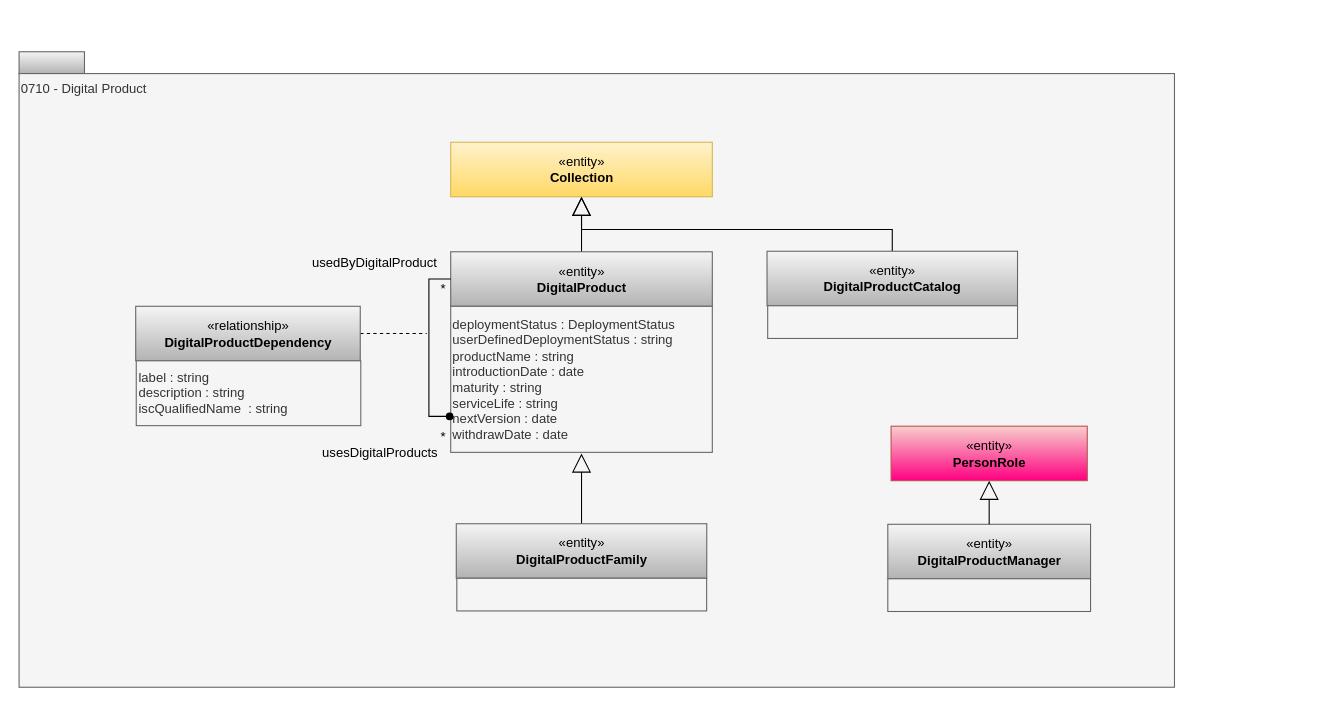
Earlier version of the draw.io diagram page "0705-Data-Sharing" (2 of 19) of site/docs/types/7/area-7-lineage.drawio (odpi/egeria-docs). Source tidied: cells renumbered, new cells numbered last; positions are measured from the earlier drawing's top-left corner, leaving out a move shared by most shapes. Both pictures are drawn from the tidied source at 109%, with x=0, y=0 at pixel (19, 51).
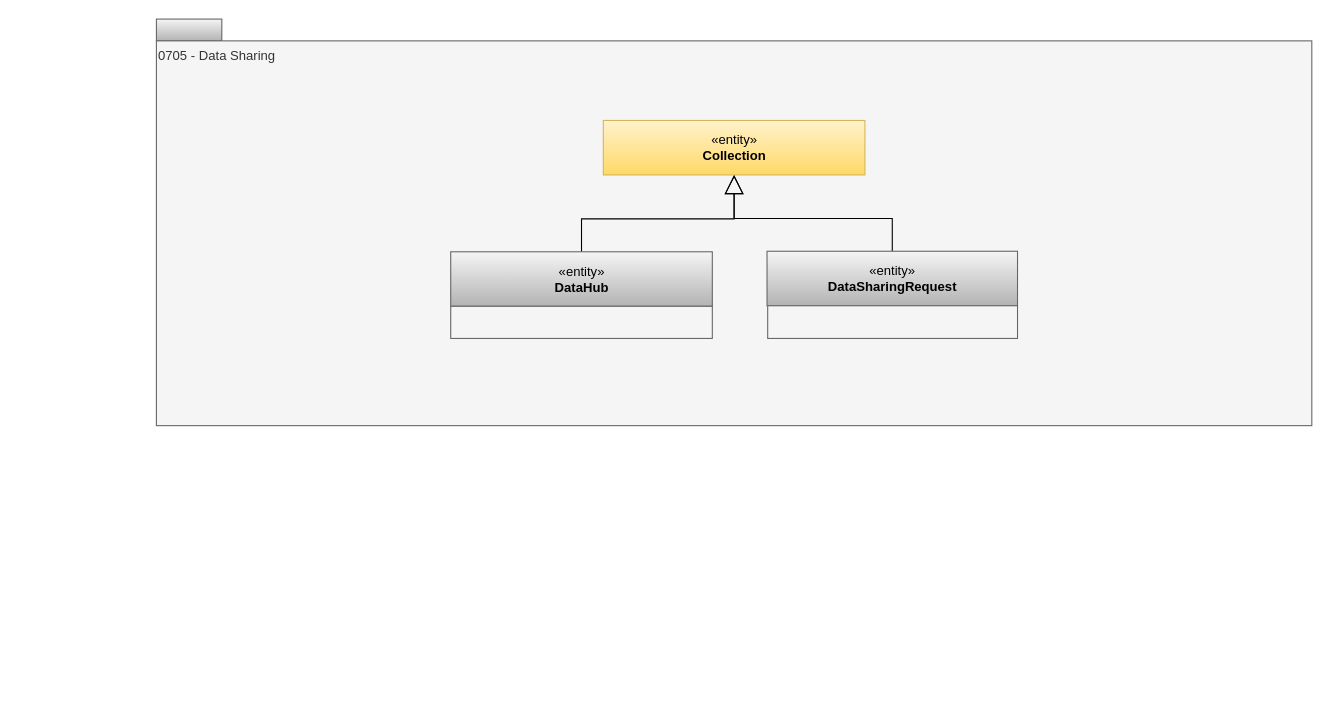
The same diagram, later.

The edit, as a diff of the source:
```diff
@@
     <mxCell id="2" style="rounded=0;whiteSpace=wrap;html=1;align=left;fillColor=#f5f5f5;strokeColor=#666666;gradientColor=#b3b3b3;" parent="1" vertex="1">
-      <mxGeometry width="60" height="20" as="geometry" />
+      <mxGeometry x="126" y="-30" width="60" height="20" as="geometry" />
     </mxCell>
-    <mxCell id="3" value="0710 - Digital Product" style="rounded=0;whiteSpace=wrap;html=1;align=left;verticalAlign=top;fillColor=#f5f5f5;fontColor=#333333;strokeColor=#666666;" parent="1" vertex="1">
-      <mxGeometry y="20" width="1060" height="563" as="geometry" />
+    <mxCell id="3" value="0705 - Data Sharing" style="rounded=0;whiteSpace=wrap;html=1;align=left;verticalAlign=top;fillColor=#f5f5f5;fontColor=#333333;strokeColor=#666666;" parent="1" vertex="1">
+      <mxGeometry x="126" y="-10" width="1060" height="353" as="geometry" />
     </mxCell>
@@
-    <mxCell id="5" value="«entity»&lt;br&gt;&lt;b&gt;DigitalProduct&lt;br&gt;&lt;/b&gt;" style="html=1;strokeColor=#666666;align=center;fillColor=#f5f5f5;gradientColor=#b3b3b3;" parent="1" vertex="1">
+    <mxCell id="5" value="«entity»&lt;br&gt;&lt;b&gt;DataHub&lt;br&gt;&lt;/b&gt;" style="html=1;strokeColor=#666666;align=center;fillColor=#f5f5f5;gradientColor=#b3b3b3;" parent="1" vertex="1">
       <mxGeometry x="396" y="183.5" width="240" height="50" as="geometry" />
     </mxCell>
-    <mxCell id="6" value="deploymentStatus : DeploymentStatus&lt;div&gt;userDefinedDeploymentStatus : string&lt;div&gt;productName : string&lt;/div&gt;&lt;div&gt;introductionDate : date&lt;br&gt;maturity : string&lt;br&gt;serviceLife : string&lt;br&gt;nextVersion : date&lt;br&gt;withdrawDate : date&lt;br&gt;&lt;/div&gt;&lt;div style=&quot;text-align: left&quot;&gt;&lt;/div&gt;&lt;/div&gt;" style="rounded=0;whiteSpace=wrap;html=1;strokeColor=#666666;align=left;perimeterSpacing=1;fillColor=#f5f5f5;fontColor=#333333;" parent="1" vertex="1">
-      <mxGeometry x="396" y="233.5" width="240" height="134" as="geometry" />
+    <mxCell id="6" value="&lt;div&gt;&lt;div&gt;&lt;br&gt;&lt;/div&gt;&lt;div style=&quot;text-align: left&quot;&gt;&lt;/div&gt;&lt;/div&gt;" style="rounded=0;whiteSpace=wrap;html=1;strokeColor=#666666;align=left;perimeterSpacing=1;fillColor=#f5f5f5;fontColor=#333333;" parent="1" vertex="1">
+      <mxGeometry x="396" y="233.5" width="240" height="29.5" as="geometry" />
     </mxCell>
     <mxCell id="7" value="«entity»&lt;br&gt;&lt;b&gt;Collection&lt;/b&gt;" style="html=1;strokeColor=#d6b656;align=center;fillColor=#fff2cc;gradientColor=#ffd966;" parent="1" vertex="1">
-      <mxGeometry x="396" y="83" width="240" height="50" as="geometry" />
+      <mxGeometry x="536" y="63" width="240" height="50" as="geometry" />
     </mxCell>
-    <mxCell id="8" style="edgeStyle=orthogonalEdgeStyle;rounded=0;html=1;exitX=1;exitY=0.5;dashed=1;endArrow=none;endFill=0;jettySize=auto;" parent="1" edge="1" source="9">
-      <mxGeometry relative="1" as="geometry">
-        <mxPoint x="374" y="258.5" as="targetPoint" />
-      </mxGeometry>
-    </mxCell>
-    <mxCell id="9" value="«relationship»&lt;br&gt;&lt;b&gt;DigitalProductDependency&lt;/b&gt;" style="html=1;strokeColor=#666666;align=center;fillColor=#f5f5f5;gradientColor=#b3b3b3;" parent="1" vertex="1">
-      <mxGeometry x="107" y="233.5" width="206" height="50" as="geometry" />
-    </mxCell>
-    <mxCell id="10" value="label : string&lt;div&gt;description : string&lt;/div&gt;&lt;div&gt;iscQualifiedName&amp;nbsp; : string&lt;/div&gt;" style="rounded=0;whiteSpace=wrap;html=1;strokeColor=#666666;align=left;fillColor=#f5f5f5;fontColor=#333333;" parent="1" vertex="1">
-      <mxGeometry x="107.5" y="283.5" width="206" height="59.5" as="geometry" />
-    </mxCell>
-    <mxCell id="11" value="usedByDigitalProduct" style="text;html=1;align=center;verticalAlign=top;spacingTop=-4;" parent="1" vertex="1">
-      <mxGeometry x="256" y="183.5" width="140" height="20" as="geometry" />
-    </mxCell>
-    <mxCell id="12" value="*" style="text;html=1;align=center;verticalAlign=top;spacingTop=-4;" parent="1" vertex="1">
-      <mxGeometry x="381" y="208" width="15" height="14" as="geometry" />
-    </mxCell>
-    <mxCell id="13" value="*" style="text;html=1;align=center;verticalAlign=top;spacingTop=-4;" parent="1" vertex="1">
-      <mxGeometry x="381" y="343.5" width="15" height="14" as="geometry" />
-    </mxCell>
-    <mxCell id="14" value="usesDigitalProducts" style="text;html=1;align=center;verticalAlign=top;spacingTop=-4;" parent="1" vertex="1">
-      <mxGeometry x="266" y="357.5" width="130" height="20" as="geometry" />
-    </mxCell>
-    <mxCell id="15" style="edgeStyle=orthogonalEdgeStyle;rounded=0;html=1;exitX=0;exitY=0.75;entryX=0;entryY=0.5;endArrow=none;endFill=0;jettySize=auto;entryDx=0;entryDy=0;exitDx=0;exitDy=0;startArrow=oval;startFill=1;" parent="1" edge="1" source="6" target="5">
-      <mxGeometry relative="1" as="geometry" />
-    </mxCell>
-    <mxCell id="16" value="«entity»&lt;br&gt;&lt;b&gt;DigitalProductManager&lt;/b&gt;" style="html=1;strokeColor=#666666;align=center;fillColor=#f5f5f5;gradientColor=#b3b3b3;" parent="1" vertex="1">
-      <mxGeometry x="797" y="433.5" width="186" height="50" as="geometry" />
-    </mxCell>
-    <mxCell id="17" style="rounded=0;whiteSpace=wrap;html=1;strokeColor=#666666;align=left;fillColor=#f5f5f5;fontColor=#333333;" parent="1" vertex="1">
-      <mxGeometry x="797" y="483.5" width="186" height="30" as="geometry" />
-    </mxCell>
-    <mxCell id="18" style="edgeStyle=orthogonalEdgeStyle;rounded=0;jettySize=auto;html=1;exitX=0.5;exitY=0;exitDx=0;exitDy=0;endArrow=block;endFill=0;startSize=6;endSize=15;" parent="1" edge="1" source="16" target="19">
-      <mxGeometry relative="1" as="geometry" />
-    </mxCell>
-    <mxCell id="19" value="«entity»&lt;br&gt;&lt;b&gt;PersonRole&lt;/b&gt;" style="html=1;strokeColor=#b85450;align=center;fillColor=#f8cecc;gradientColor=#FF0080;" parent="1" vertex="1">
-      <mxGeometry x="800" y="343.5" width="180" height="50" as="geometry" />
-    </mxCell>
-    <mxCell id="20" style="edgeStyle=orthogonalEdgeStyle;rounded=0;jettySize=auto;html=1;exitX=0.5;exitY=0;exitDx=0;exitDy=0;endArrow=block;endFill=0;endSize=15;strokeWidth=1;entryX=0.5;entryY=1;entryDx=0;entryDy=0;" parent="1" edge="1" source="21" target="6">
-      <mxGeometry relative="1" as="geometry" />
-    </mxCell>
-    <mxCell id="21" value="«entity»&lt;br&gt;&lt;b&gt;DigitalProductFamily&lt;/b&gt;" style="html=1;strokeColor=#666666;align=center;fillColor=#f5f5f5;gradientColor=#b3b3b3;" parent="1" vertex="1">
-      <mxGeometry x="401.1" y="433" width="229.8" height="50" as="geometry" />
-    </mxCell>
-    <mxCell id="22" style="rounded=0;whiteSpace=wrap;html=1;strokeColor=#666666;align=left;fillColor=#f5f5f5;fontColor=#333333;" parent="1" vertex="1">
-      <mxGeometry x="401.6" y="483" width="229.2" height="30" as="geometry" />
-    </mxCell>
@@
-    <mxCell id="24" value="«entity»&lt;br&gt;&lt;b&gt;DigitalProductCatalog&lt;/b&gt;" style="html=1;strokeColor=#666666;align=center;fillColor=#f5f5f5;gradientColor=#b3b3b3;" parent="1" vertex="1">
+    <mxCell id="24" value="«entity»&lt;br&gt;&lt;b&gt;DataSharingRequest&lt;/b&gt;" style="html=1;strokeColor=#666666;align=center;fillColor=#f5f5f5;gradientColor=#b3b3b3;" parent="1" vertex="1">
       <mxGeometry x="686.2" y="183" width="229.8" height="50" as="geometry" />
     </mxCell>
```
